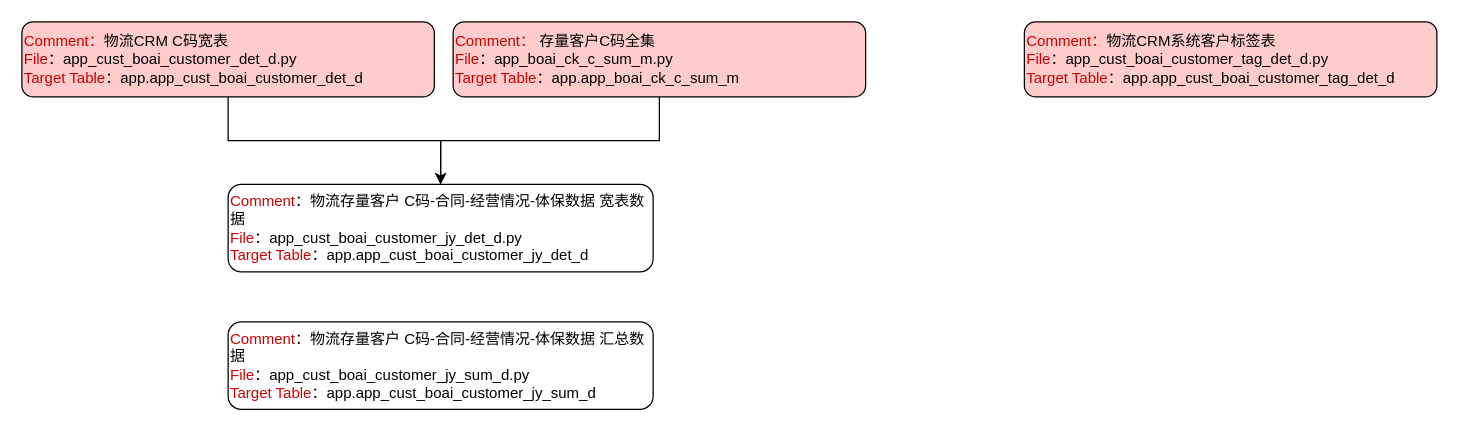
Earlier version of the draw.io diagram 业务大盘.drawio (tristayan/ck). Source tidied: cells renumbered, new cells numbered last; positions are measured from the earlier drawing's top-left corner, leaving out a move shared by most shapes. Both pictures are drawn from the tidied source at 125%, with x=0, y=0 at pixel (21, 21).
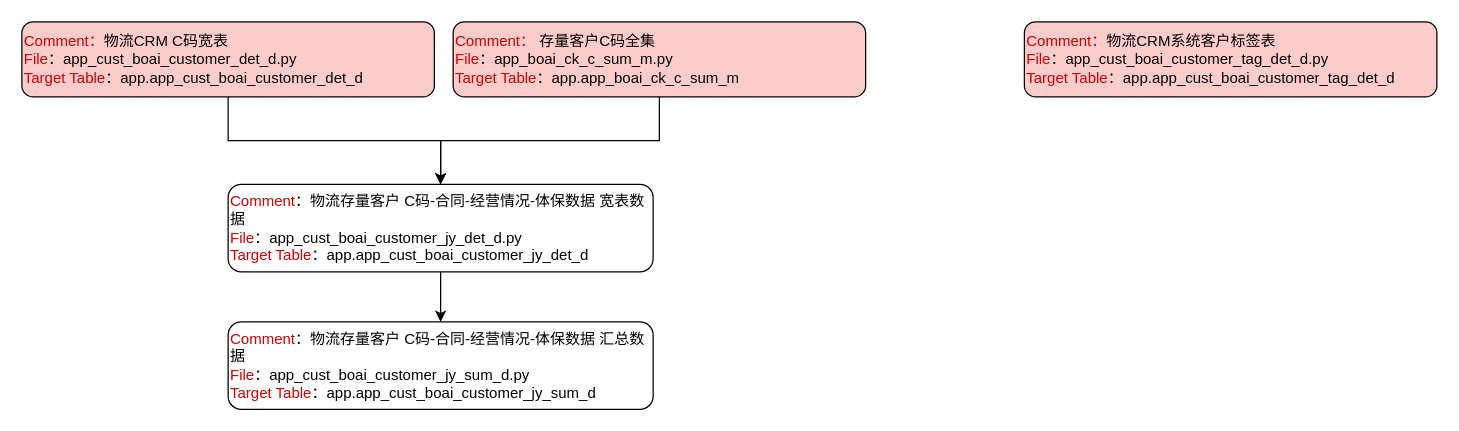
After the change.

Commit message (it also covers changes not shown here):
更新业务大盘.drawio

Change to the diagram source:
```diff
@@
 <mxGraphModel>
   <root>
     <mxCell id="0" />
     <mxCell id="1" parent="0" />
     <mxCell id="2" style="edgeStyle=orthogonalEdgeStyle;rounded=0;jettySize=auto;html=1;entryX=0.5;entryY=0;entryDx=0;entryDy=0;" parent="1" edge="1" source="3" target="4">
       <mxGeometry relative="1" as="geometry" />
     </mxCell>
     <mxCell id="3" value="&lt;font color=&quot;#cc0000&quot;&gt;Comment：&lt;/font&gt;物流CRM C码宽表&lt;span&gt;&lt;/span&gt;&lt;font color=&quot;#cc0000&quot;&gt;&lt;br&gt;File&lt;/font&gt;：app_cust_boai_customer_det_d&lt;span style=&quot;background-color: initial;&quot;&gt;.py&lt;/span&gt;&lt;br&gt;&lt;font color=&quot;#cc0000&quot;&gt;Target Table&lt;/font&gt;：app.app_cust_boai_customer_det_d" style="rounded=1;whiteSpace=wrap;html=1;align=left;fillColor=#FFCCCC;" parent="1" vertex="1">
       <mxGeometry width="330" height="60" as="geometry" />
     </mxCell>
+    <mxCell id="9" style="edgeStyle=orthogonalEdgeStyle;rounded=0;jettySize=auto;html=1;" parent="1" edge="1" source="4" target="8">
+      <mxGeometry relative="1" as="geometry" />
+    </mxCell>
     <mxCell id="4" value="&lt;font color=&quot;#cc0000&quot;&gt;Comment&lt;/font&gt;：物流存量客户 C码-合同-经营情况-体保数据 宽表数据&lt;br&gt;&lt;font color=&quot;#cc0000&quot;&gt;File&lt;/font&gt;：app_cust_boai_customer_jy_det_d&lt;span style=&quot;background-color: initial;&quot;&gt;.py&lt;/span&gt;&lt;br&gt;&lt;font color=&quot;#cc0000&quot;&gt;Target Table&lt;/font&gt;：app.app_cust_boai_customer_jy_det_d" style="rounded=1;whiteSpace=wrap;html=1;align=left;" parent="1" vertex="1">
       <mxGeometry x="165" y="130" width="340" height="70" as="geometry" />
     </mxCell>
     <mxCell id="5" value="&lt;font color=&quot;#cc0000&quot;&gt;Comment：&lt;/font&gt;物流CRM系统客户标签表&lt;br&gt;&lt;font color=&quot;#cc0000&quot;&gt;File&lt;/font&gt;：app_cust_boai_customer_tag_det_d&lt;span style=&quot;background-color: initial;&quot;&gt;.py&lt;/span&gt;&lt;br&gt;&lt;font color=&quot;#cc0000&quot;&gt;Target Table&lt;/font&gt;：app.app_cust_boai_customer_tag_det_d" style="rounded=1;whiteSpace=wrap;html=1;align=left;fillColor=#FFCCCC;" parent="1" vertex="1">
       <mxGeometry x="802" width="330" height="60" as="geometry" />
     </mxCell>
     <mxCell id="6" style="edgeStyle=orthogonalEdgeStyle;rounded=0;jettySize=auto;html=1;" parent="1" edge="1" source="7" target="4">
       <mxGeometry relative="1" as="geometry" />
     </mxCell>
     <mxCell id="7" value="&lt;font color=&quot;#cc0000&quot;&gt;Comment：&lt;/font&gt; 存量客户C码全集&lt;font color=&quot;#cc0000&quot;&gt;&lt;br&gt;&lt;/font&gt;&lt;font color=&quot;#cc0000&quot;&gt;File&lt;/font&gt;：app_boai_ck_c_sum_m&lt;span style=&quot;background-color: initial;&quot;&gt;.py&lt;/span&gt;&lt;br&gt;&lt;font color=&quot;#cc0000&quot;&gt;Target Table&lt;/font&gt;：app.app_boai_ck_c_sum_m" style="rounded=1;whiteSpace=wrap;html=1;align=left;fillColor=#FFCCCC;" parent="1" vertex="1">
       <mxGeometry x="345" width="330" height="60" as="geometry" />
     </mxCell>
     <mxCell id="8" value="&lt;font color=&quot;#cc0000&quot;&gt;Comment&lt;/font&gt;：物流存量客户 C码-合同-经营情况-体保数据 汇总数据&lt;br&gt;&lt;font color=&quot;#cc0000&quot;&gt;File&lt;/font&gt;：app_cust_boai_customer_jy_sum_d&lt;span style=&quot;background-color: initial;&quot;&gt;.py&lt;/span&gt;&lt;br&gt;&lt;font color=&quot;#cc0000&quot;&gt;Target Table&lt;/font&gt;：app.app_cust_boai_customer_jy_sum_d" style="rounded=1;whiteSpace=wrap;html=1;align=left;" parent="1" vertex="1">
       <mxGeometry x="165" y="240" width="340" height="70" as="geometry" />
     </mxCell>
   </root>
 </mxGraphModel>
```
